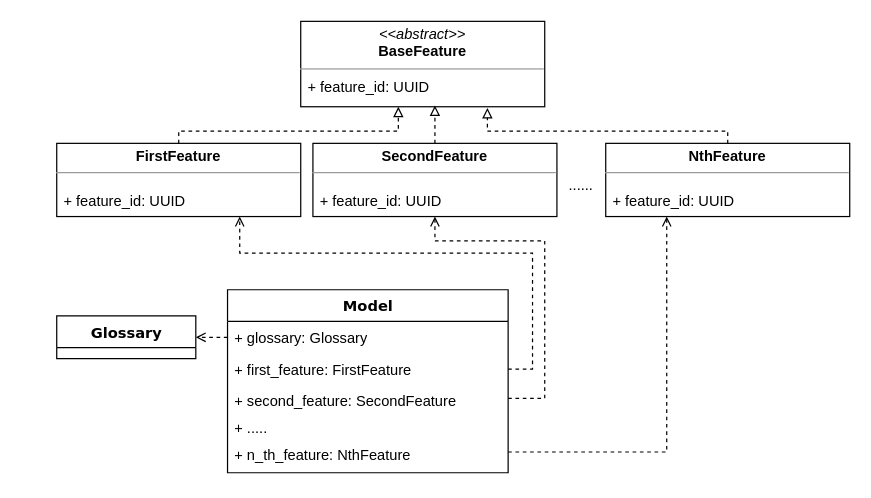
Above: master/sources/diploma/architecture/diagrams/model/classes.drawio in stalker-fc/diploma (draw.io), before the change. Source tidied: cells renumbered, new cells numbered last; positions are measured from the earlier drawing's top-left corner, leaving out a move shared by most shapes. Both pictures are drawn from the tidied source at 122%, with x=0, y=0 at pixel (56, 21).
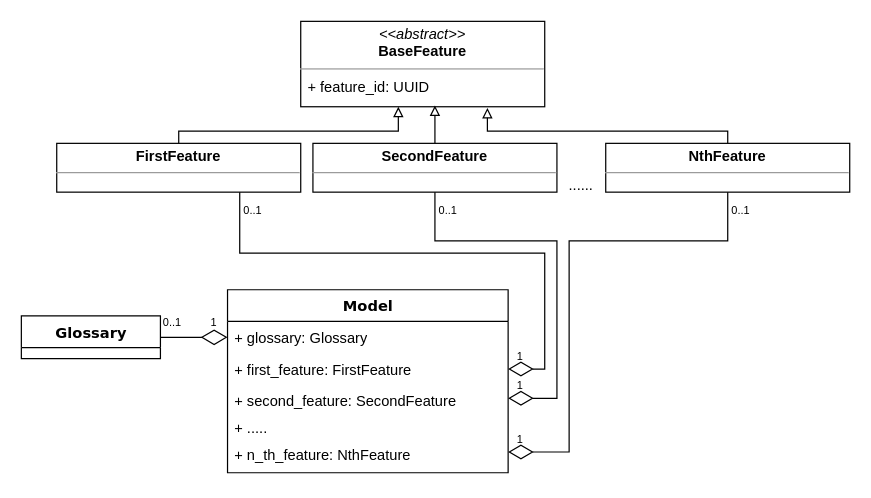
The same diagram, later.

Commit message (it also covers changes not shown here):
add classes diagram for model

The change refers to these unchanged cells:
```xml
<mxCell id="4" value="+ feature_id: UUID" style="text;html=1;strokeColor=none;fillColor=none;align=left;verticalAlign=top;spacingLeft=4;spacingRight=4;whiteSpace=wrap;overflow=hidden;points=[[0,0.5],[1,0.5]];portConstraint=eastwest;" parent="2" vertex="1">
  <mxGeometry y="40" width="200" height="30" as="geometry" />
</mxCell>
<mxCell id="6" value="+ glossary: Glossary" style="text;html=1;strokeColor=none;fillColor=none;align=left;verticalAlign=top;spacingLeft=4;spacingRight=4;whiteSpace=wrap;overflow=hidden;points=[[0,0.5],[1,0.5]];portConstraint=eastwest;" parent="5" vertex="1">
  <mxGeometry y="26" width="230" height="26" as="geometry" />
</mxCell>
<mxCell id="7" value="+ first_feature: FirstFeature" style="text;html=1;strokeColor=none;fillColor=none;align=left;verticalAlign=top;spacingLeft=4;spacingRight=4;whiteSpace=wrap;overflow=hidden;points=[[0,0.5],[1,0.5]];portConstraint=eastwest;" parent="5" vertex="1">
  <mxGeometry y="52" width="230" height="26" as="geometry" />
</mxCell>
<mxCell id="8" value="+ second_feature: SecondFeature" style="text;html=1;strokeColor=none;fillColor=none;align=left;verticalAlign=top;spacingLeft=4;spacingRight=4;whiteSpace=wrap;overflow=hidden;points=[[0,0.5],[1,0.5]];portConstraint=eastwest;" parent="5" vertex="1">
  <mxGeometry y="78" width="230" height="22" as="geometry" />
</mxCell>
<mxCell id="10" value="+ n_th_feature: NthFeature" style="text;html=1;strokeColor=none;fillColor=none;align=left;verticalAlign=top;spacingLeft=4;spacingRight=4;whiteSpace=wrap;overflow=hidden;points=[[0,0.5],[1,0.5]];portConstraint=eastwest;" parent="5" vertex="1">
  <mxGeometry y="122" width="230" height="22" as="geometry" />
</mxCell>
```

Change to the diagram source:
```diff
@@
     <mxCell id="11" value="Glossary" style="swimlane;html=1;fontStyle=1;align=center;verticalAlign=top;horizontal=1;startSize=26;swimlaneFillColor=#ffffff;rounded=0;shadow=0;comic=0;labelBackgroundColor=none;strokeWidth=1;fillColor=none;fontFamily=Verdana;fontSize=12;" parent="1" vertex="1">
-      <mxGeometry y="241.5" width="114" height="35" as="geometry" />
+      <mxGeometry x="-29" y="241.5" width="114" height="35" as="geometry" />
     </mxCell>
     <mxCell id="12" style="group;" parent="1" vertex="1">
-      <mxGeometry y="100" width="200" height="60" as="geometry" />
+      <mxGeometry y="100" width="200" height="40" as="geometry" />
     </mxCell>
     <mxCell id="13" value="&lt;p style=&quot;margin: 0px ; margin-top: 4px ; text-align: center&quot;&gt;&lt;b&gt;FirstFeature&lt;/b&gt;&lt;br&gt;&lt;/p&gt;&lt;hr size=&quot;1&quot;&gt;&lt;p style=&quot;margin: 0px ; margin-left: 4px&quot;&gt;&lt;br&gt;&lt;/p&gt;" style="verticalAlign=top;align=left;overflow=fill;fontSize=12;fontFamily=Helvetica;html=1;rounded=0;shadow=0;comic=0;labelBackgroundColor=none;strokeWidth=1;" parent="12" vertex="1">
-      <mxGeometry width="200" height="60" as="geometry" />
+      <mxGeometry width="200" height="40" as="geometry" />
     </mxCell>
-    <mxCell id="14" value="+ feature_id: UUID" style="text;html=1;strokeColor=none;fillColor=none;align=left;verticalAlign=top;spacingLeft=4;spacingRight=4;whiteSpace=wrap;overflow=hidden;" parent="12" vertex="1">
-      <mxGeometry y="34.3" width="200" height="25.7" as="geometry" />
-    </mxCell>
     <mxCell id="15" style="group;" parent="1" vertex="1">
-      <mxGeometry x="210" y="100" width="200" height="60" as="geometry" />
+      <mxGeometry x="210" y="100" width="200" height="40" as="geometry" />
     </mxCell>
     <mxCell id="16" value="&lt;p style=&quot;margin: 0px ; margin-top: 4px ; text-align: center&quot;&gt;&lt;b&gt;SecondFeature&lt;/b&gt;&lt;br&gt;&lt;/p&gt;&lt;hr size=&quot;1&quot;&gt;&lt;p style=&quot;margin: 0px ; margin-left: 4px&quot;&gt;&lt;br&gt;&lt;/p&gt;" style="verticalAlign=top;align=left;overflow=fill;fontSize=12;fontFamily=Helvetica;html=1;rounded=0;shadow=0;comic=0;labelBackgroundColor=none;strokeWidth=1;" parent="15" vertex="1">
-      <mxGeometry width="200" height="60" as="geometry" />
+      <mxGeometry width="200" height="40" as="geometry" />
     </mxCell>
-    <mxCell id="17" value="+ feature_id: UUID" style="text;html=1;strokeColor=none;fillColor=none;align=left;verticalAlign=top;spacingLeft=4;spacingRight=4;whiteSpace=wrap;overflow=hidden;" parent="15" vertex="1">
-      <mxGeometry y="34.3" width="200" height="25.7" as="geometry" />
-    </mxCell>
     <mxCell id="18" style="group;" parent="1" vertex="1">
-      <mxGeometry x="450" y="100" width="200" height="60" as="geometry" />
+      <mxGeometry x="450" y="100" width="200" height="40" as="geometry" />
     </mxCell>
     <mxCell id="19" value="&lt;p style=&quot;margin: 0px ; margin-top: 4px ; text-align: center&quot;&gt;&lt;b&gt;NthFeature&lt;/b&gt;&lt;br&gt;&lt;/p&gt;&lt;hr size=&quot;1&quot;&gt;&lt;p style=&quot;margin: 0px ; margin-left: 4px&quot;&gt;&lt;br&gt;&lt;/p&gt;" style="verticalAlign=top;align=left;overflow=fill;fontSize=12;fontFamily=Helvetica;html=1;rounded=0;shadow=0;comic=0;labelBackgroundColor=none;strokeWidth=1;" parent="18" vertex="1">
-      <mxGeometry width="200" height="60" as="geometry" />
+      <mxGeometry width="200" height="40" as="geometry" />
     </mxCell>
-    <mxCell id="20" value="+ feature_id: UUID" style="text;html=1;strokeColor=none;fillColor=none;align=left;verticalAlign=top;spacingLeft=4;spacingRight=4;whiteSpace=wrap;overflow=hidden;" parent="18" vertex="1">
-      <mxGeometry y="34.3" width="200" height="25.7" as="geometry" />
-    </mxCell>
@@
-    <mxCell id="22" style="edgeStyle=orthogonalEdgeStyle;rounded=0;jettySize=auto;html=1;exitX=0.5;exitY=0;exitDx=0;exitDy=0;entryX=0.4;entryY=1;entryDx=0;entryDy=0;entryPerimeter=0;endArrow=block;endFill=0;dashed=1;" parent="1" edge="1" source="13" target="4">
+    <mxCell id="22" style="edgeStyle=orthogonalEdgeStyle;rounded=0;jettySize=auto;html=1;exitX=0.5;exitY=0;exitDx=0;exitDy=0;entryX=0.4;entryY=1;entryDx=0;entryDy=0;entryPerimeter=0;endArrow=block;endFill=0;" parent="1" edge="1" source="13" target="4">
       <mxGeometry relative="1" as="geometry">
         <Array as="points">
           <mxPoint x="100" y="90" />
           <mxPoint x="280" y="90" />
         </Array>
       </mxGeometry>
     </mxCell>
-    <mxCell id="23" style="edgeStyle=orthogonalEdgeStyle;rounded=0;jettySize=auto;html=1;exitX=0.5;exitY=0;exitDx=0;exitDy=0;entryX=0.55;entryY=0.967;entryDx=0;entryDy=0;entryPerimeter=0;endArrow=block;endFill=0;dashed=1;" parent="1" edge="1" source="16" target="4">
+    <mxCell id="23" style="edgeStyle=orthogonalEdgeStyle;rounded=0;jettySize=auto;html=1;exitX=0.5;exitY=0;exitDx=0;exitDy=0;entryX=0.55;entryY=0.967;entryDx=0;entryDy=0;entryPerimeter=0;endArrow=block;endFill=0;" parent="1" edge="1" source="16" target="4">
       <mxGeometry relative="1" as="geometry" />
     </mxCell>
-    <mxCell id="24" style="edgeStyle=orthogonalEdgeStyle;rounded=0;jettySize=auto;html=1;exitX=0.5;exitY=0;exitDx=0;exitDy=0;entryX=0.765;entryY=1.033;entryDx=0;entryDy=0;entryPerimeter=0;endArrow=block;endFill=0;dashed=1;" parent="1" edge="1" source="19" target="4">
+    <mxCell id="24" style="edgeStyle=orthogonalEdgeStyle;rounded=0;jettySize=auto;html=1;exitX=0.5;exitY=0;exitDx=0;exitDy=0;entryX=0.765;entryY=1.033;entryDx=0;entryDy=0;entryPerimeter=0;endArrow=block;endFill=0;" parent="1" edge="1" source="19" target="4">
       <mxGeometry relative="1" as="geometry">
         <Array as="points">
           <mxPoint x="550" y="90" />
           <mxPoint x="353" y="90" />
         </Array>
       </mxGeometry>
     </mxCell>
-    <mxCell id="25" style="edgeStyle=orthogonalEdgeStyle;rounded=0;jettySize=auto;html=1;exitX=0;exitY=0.5;exitDx=0;exitDy=0;entryX=1;entryY=0.5;entryDx=0;entryDy=0;dashed=1;endArrow=open;endFill=0;" parent="1" edge="1" source="6" target="11">
+    <mxCell id="25" style="edgeStyle=orthogonalEdgeStyle;rounded=0;jettySize=auto;html=1;exitX=0;exitY=0.5;exitDx=0;exitDy=0;entryX=1;entryY=0.5;entryDx=0;entryDy=0;endArrow=none;endFill=0;startArrow=diamondThin;startFill=0;startSize=19;jumpSize=6;" parent="1" edge="1" source="6" target="11">
       <mxGeometry relative="1" as="geometry" />
     </mxCell>
-    <mxCell id="26" style="edgeStyle=orthogonalEdgeStyle;rounded=0;jettySize=auto;html=1;exitX=1;exitY=0.5;exitDx=0;exitDy=0;entryX=0.75;entryY=1;entryDx=0;entryDy=0;dashed=1;endArrow=open;endFill=0;" parent="1" edge="1" source="7" target="13">
+    <mxCell id="26" style="edgeStyle=orthogonalEdgeStyle;rounded=0;jettySize=auto;html=1;exitX=1;exitY=0.5;exitDx=0;exitDy=0;entryX=0.75;entryY=1;entryDx=0;entryDy=0;endArrow=none;endFill=0;startArrow=diamondThin;startFill=0;endSize=18;startSize=18;" parent="1" edge="1" source="7" target="13">
       <mxGeometry relative="1" as="geometry">
         <Array as="points">
-          <mxPoint x="390" y="285" />
-          <mxPoint x="390" y="190" />
+          <mxPoint x="400" y="285" />
+          <mxPoint x="400" y="190" />
           <mxPoint x="150" y="190" />
         </Array>
       </mxGeometry>
     </mxCell>
-    <mxCell id="27" style="edgeStyle=orthogonalEdgeStyle;rounded=0;jettySize=auto;html=1;exitX=1;exitY=0.5;exitDx=0;exitDy=0;entryX=0.5;entryY=1;entryDx=0;entryDy=0;dashed=1;endArrow=open;endFill=0;" parent="1" edge="1" source="8" target="16">
+    <mxCell id="27" style="edgeStyle=orthogonalEdgeStyle;rounded=0;jettySize=auto;html=1;exitX=1;exitY=0.5;exitDx=0;exitDy=0;entryX=0.5;entryY=1;entryDx=0;entryDy=0;endArrow=none;endFill=0;startArrow=diamondThin;startFill=0;endSize=18;startSize=18;" parent="1" edge="1" source="8" target="16">
       <mxGeometry relative="1" as="geometry">
         <Array as="points">
-          <mxPoint x="400" y="309" />
-          <mxPoint x="400" y="180" />
+          <mxPoint x="410" y="309" />
+          <mxPoint x="410" y="180" />
           <mxPoint x="310" y="180" />
         </Array>
       </mxGeometry>
     </mxCell>
-    <mxCell id="28" style="edgeStyle=orthogonalEdgeStyle;rounded=0;jettySize=auto;html=1;exitX=1;exitY=0.5;exitDx=0;exitDy=0;entryX=0.25;entryY=1;entryDx=0;entryDy=0;dashed=1;endArrow=open;endFill=0;" parent="1" edge="1" source="10" target="19">
-      <mxGeometry relative="1" as="geometry" />
+    <mxCell id="28" style="edgeStyle=orthogonalEdgeStyle;rounded=0;jettySize=auto;html=1;exitX=1;exitY=0.5;exitDx=0;exitDy=0;entryX=0.5;entryY=1;entryDx=0;entryDy=0;endArrow=none;endFill=0;startArrow=diamondThin;startFill=0;endSize=18;startSize=18;" parent="1" edge="1" source="10" target="19">
+      <mxGeometry relative="1" as="geometry">
+        <Array as="points">
+          <mxPoint x="420" y="353" />
+          <mxPoint x="420" y="180" />
+          <mxPoint x="550" y="180" />
+        </Array>
+      </mxGeometry>
     </mxCell>
+    <mxCell id="29" value="0..1" style="text;html=1;strokeColor=none;fillColor=none;align=center;verticalAlign=middle;whiteSpace=wrap;rounded=0;fontSize=9;" parent="1" vertex="1">
+      <mxGeometry x="85" y="241.5" width="20" height="10" as="geometry" />
+    </mxCell>
+    <mxCell id="30" value="1" style="text;html=1;strokeColor=none;fillColor=none;align=center;verticalAlign=middle;whiteSpace=wrap;rounded=0;fontSize=9;" parent="1" vertex="1">
+      <mxGeometry x="124" y="241.5" width="10" height="10" as="geometry" />
+    </mxCell>
+    <mxCell id="31" value="0..1" style="text;html=1;strokeColor=none;fillColor=none;align=center;verticalAlign=middle;whiteSpace=wrap;rounded=0;fontSize=9;" parent="1" vertex="1">
+      <mxGeometry x="151" y="150" width="20" height="10" as="geometry" />
+    </mxCell>
+    <mxCell id="32" value="1" style="text;html=1;strokeColor=none;fillColor=none;align=center;verticalAlign=middle;whiteSpace=wrap;rounded=0;fontSize=9;" parent="1" vertex="1">
+      <mxGeometry x="375" y="338" width="10" height="10" as="geometry" />
+    </mxCell>
+    <mxCell id="33" value="1" style="text;html=1;strokeColor=none;fillColor=none;align=center;verticalAlign=middle;whiteSpace=wrap;rounded=0;fontSize=9;" parent="1" vertex="1">
+      <mxGeometry x="375" y="294" width="10" height="10" as="geometry" />
+    </mxCell>
+    <mxCell id="34" value="1" style="text;html=1;strokeColor=none;fillColor=none;align=center;verticalAlign=middle;whiteSpace=wrap;rounded=0;fontSize=9;" parent="1" vertex="1">
+      <mxGeometry x="375" y="269.5" width="10" height="10" as="geometry" />
+    </mxCell>
+    <mxCell id="35" value="0..1" style="text;html=1;strokeColor=none;fillColor=none;align=center;verticalAlign=middle;whiteSpace=wrap;rounded=0;fontSize=9;" parent="1" vertex="1">
+      <mxGeometry x="311" y="150" width="20" height="10" as="geometry" />
+    </mxCell>
+    <mxCell id="36" value="0..1" style="text;html=1;strokeColor=none;fillColor=none;align=center;verticalAlign=middle;whiteSpace=wrap;rounded=0;fontSize=9;" parent="1" vertex="1">
+      <mxGeometry x="551" y="150" width="20" height="10" as="geometry" />
+    </mxCell>
```
